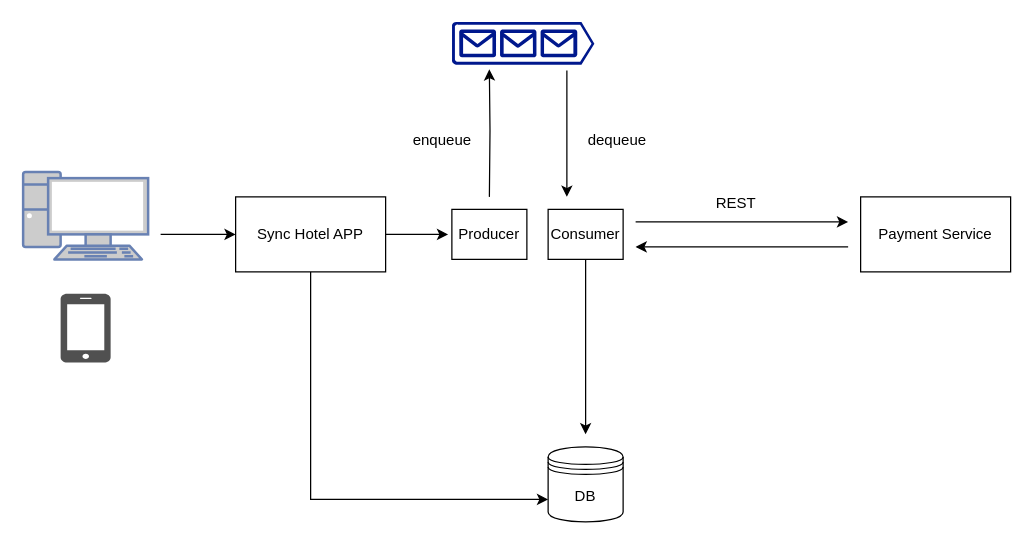
naaaathan/async-sync-analysis keeps this draw.io diagram as page "architecture-async" (3 of 3) of database-uml.drawio. Above is the earlier version. Source tidied: cells renumbered, new cells numbered last; positions are measured from the earlier drawing's top-left corner, leaving out a move shared by most shapes. Both pictures are drawn from the tidied source at 125%, with x=0, y=0 at pixel (22, 21).
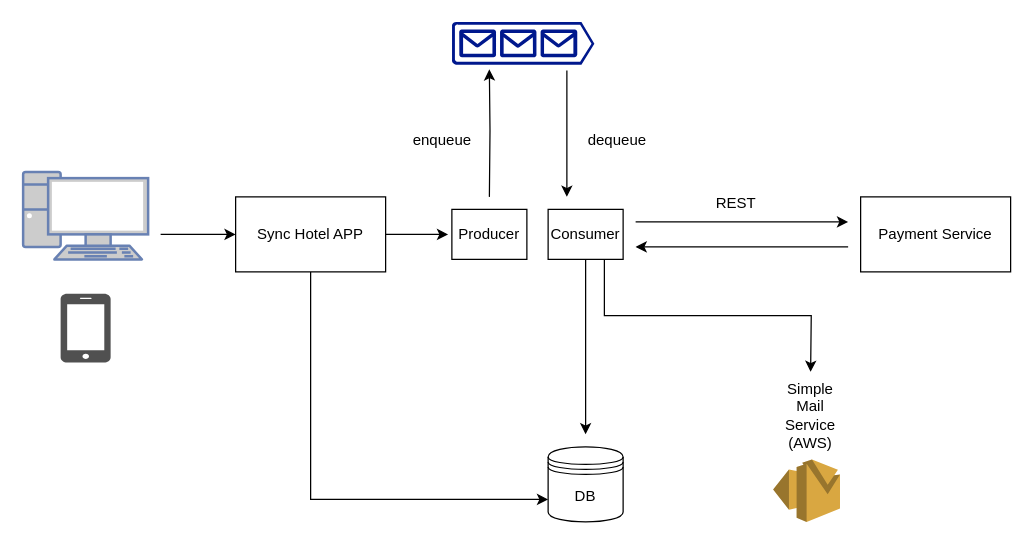
The same diagram, later.

The change refers to these unchanged cells:
```xml
<mxCell id="18" value="Consumer" style="rounded=0;whiteSpace=wrap;html=1;" parent="1" vertex="1">
  <mxGeometry x="420" y="150" width="60" height="40" as="geometry" />
</mxCell>
```

Diff of the diagram source:
```diff
@@
+    <mxCell id="21" style="edgeStyle=orthogonalEdgeStyle;rounded=0;jettySize=auto;html=1;exitX=0.75;exitY=1;exitDx=0;exitDy=0;" parent="1" edge="1" source="18">
+      <mxGeometry relative="1" as="geometry">
+        <mxPoint x="630" y="280" as="targetPoint" />
+      </mxGeometry>
+    </mxCell>
@@
+    <mxCell id="22" style="dashed=0;verticalLabelPosition=bottom;verticalAlign=top;align=center;html=1;shape=mxgraph.aws3.ses;fillColor=#D9A741;gradientColor=none;" parent="1" vertex="1">
+      <mxGeometry x="600" y="350" width="53.5" height="50" as="geometry" />
+    </mxCell>
+    <mxCell id="23" value="Simple Mail Service (AWS)" style="text;html=1;align=center;verticalAlign=middle;whiteSpace=wrap;rounded=0;" parent="1" vertex="1">
+      <mxGeometry x="600" y="300" width="60" height="30" as="geometry" />
+    </mxCell>
```
